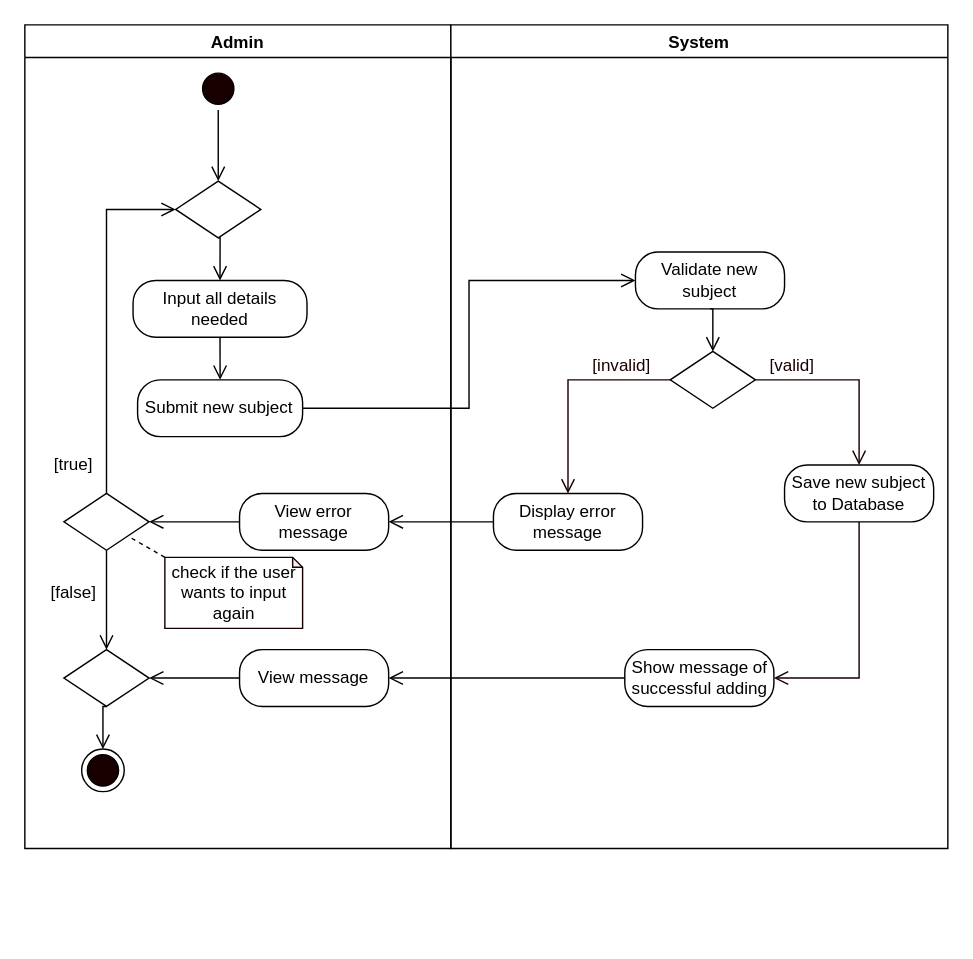
This is page "Add Subject" (1 of 12) of REVISIONS/UML-DIAGRAMS/7-04-2021/ACTIVITY DIAGRAM/ACTIVITY DIAGRAM2.drawio from mrklglsn/CAPSTONE-FILES, a draw.io file, before an edit. Source tidied: cells renumbered, new cells numbered last; positions are measured from the earlier drawing's top-left corner, leaving out a move shared by most shapes. Both pictures are drawn from the tidied source at 142%, with x=0, y=0 at pixel (24, 24).
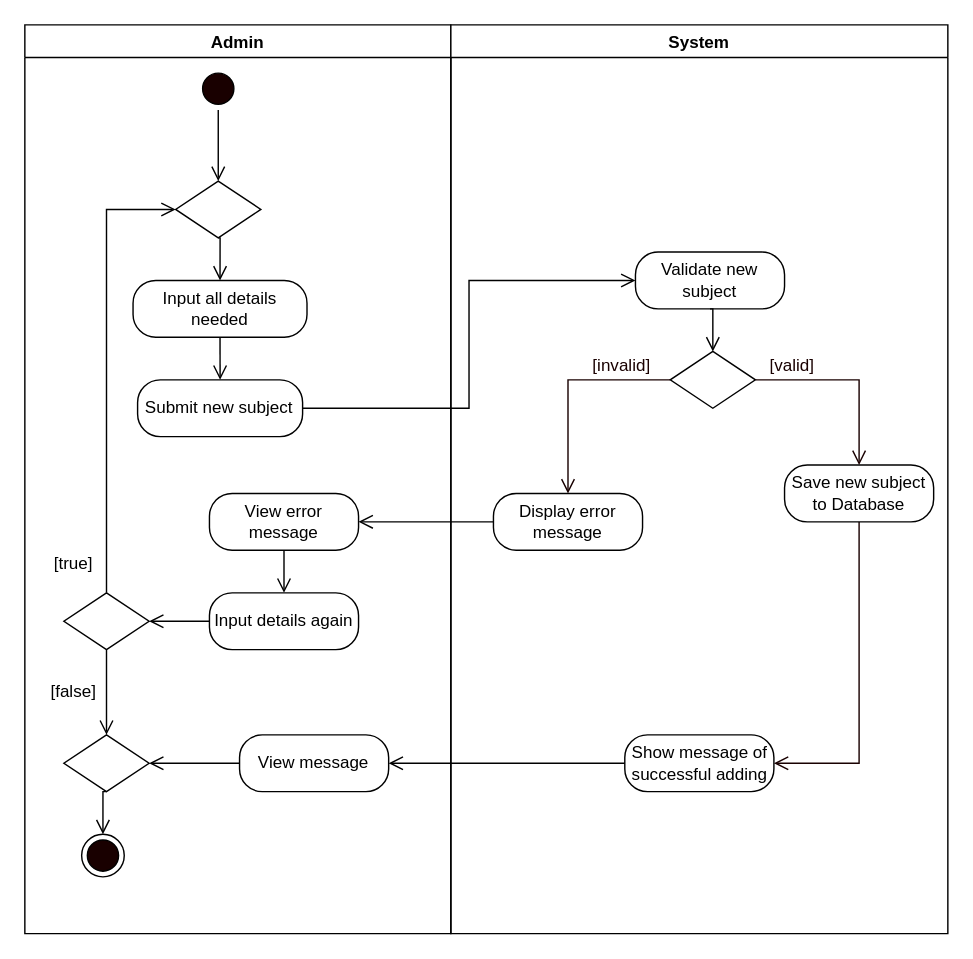
The same diagram, later.

The edit, as a diff of the source:
```diff
@@
     <mxCell id="2" value="Admin" style="swimlane;startSize=23;" parent="1" vertex="1">
-      <mxGeometry width="300" height="580" as="geometry" />
+      <mxGeometry width="300" height="640" as="geometry" />
     </mxCell>
@@
     <mxCell id="12" style="rhombus;whiteSpace=wrap;html=1;" parent="2" vertex="1">
-      <mxGeometry x="27.5" y="330" width="60" height="40" as="geometry" />
+      <mxGeometry x="27.5" y="400" width="60" height="40" as="geometry" />
     </mxCell>
     <mxCell id="13" value="[true]" style="text;html=1;align=center;verticalAlign=middle;strokeColor=none;" parent="2" vertex="1">
-      <mxGeometry x="14.4" y="300" width="40" height="20" as="geometry" />
+      <mxGeometry x="14.4" y="370" width="40" height="20" as="geometry" />
     </mxCell>
-    <mxCell id="14" style="rounded=0;jettySize=auto;html=1;exitX=0;exitY=0;exitDx=0;exitDy=0;exitPerimeter=0;entryX=1;entryY=1;entryDx=0;entryDy=0;endArrow=none;endFill=0;endSize=8;dashed=1;" parent="2" edge="1" source="15" target="12">
-      <mxGeometry relative="1" as="geometry" />
-    </mxCell>
-    <mxCell id="15" value="check if the user wants to input again" style="shape=note;whiteSpace=wrap;html=1;backgroundOutline=1;darkOpacity=0.05;strokeColor=#190000;size=7;" parent="2" vertex="1">
-      <mxGeometry x="98.6" y="375" width="97" height="50" as="geometry" />
-    </mxCell>
     <mxCell id="16" value="[false]" style="text;html=1;align=center;verticalAlign=middle;strokeColor=none;" parent="2" vertex="1">
-      <mxGeometry x="9.4" y="390" width="50" height="20" as="geometry" />
+      <mxGeometry x="9.4" y="460" width="50" height="20" as="geometry" />
     </mxCell>
     <mxCell id="17" style="ellipse;html=1;shape=endState;fillColor=#190000;" parent="2" vertex="1">
-      <mxGeometry x="40" y="510" width="30" height="30" as="geometry" />
+      <mxGeometry x="40" y="570" width="30" height="30" as="geometry" />
     </mxCell>
-    <mxCell id="18" style="edgeStyle=orthogonalEdgeStyle;rounded=0;jettySize=auto;html=1;exitX=0;exitY=0.5;exitDx=0;exitDy=0;entryX=1;entryY=0.5;entryDx=0;entryDy=0;endArrow=open;endFill=0;endSize=8;" parent="2" edge="1" source="19" target="12">
-      <mxGeometry relative="1" as="geometry">
-        <Array as="points">
-          <mxPoint x="130" y="350" />
-          <mxPoint x="130" y="350" />
-        </Array>
-      </mxGeometry>
-    </mxCell>
+    <mxCell id="39" style="edgeStyle=orthogonalEdgeStyle;rounded=0;jettySize=auto;html=1;exitX=0.5;exitY=1;exitDx=0;exitDy=0;entryX=0.5;entryY=0;entryDx=0;entryDy=0;endArrow=open;endFill=0;endSize=8;" parent="2" edge="1" source="19" target="41">
+      <mxGeometry relative="1" as="geometry" />
+    </mxCell>
     <mxCell id="19" value="View error message" style="rounded=1;whiteSpace=wrap;html=1;arcSize=40;" parent="2" vertex="1">
-      <mxGeometry x="151.2" y="330" width="105" height="40" as="geometry" />
+      <mxGeometry x="130" y="330" width="105" height="40" as="geometry" />
     </mxCell>
@@
     <mxCell id="21" style="rhombus;whiteSpace=wrap;html=1;" parent="2" vertex="1">
-      <mxGeometry x="27.5" y="440" width="60" height="40" as="geometry" />
+      <mxGeometry x="27.5" y="500" width="60" height="40" as="geometry" />
     </mxCell>
@@
     <mxCell id="23" value="View message" style="rounded=1;whiteSpace=wrap;html=1;arcSize=40;" parent="2" vertex="1">
-      <mxGeometry x="151.2" y="440" width="105" height="40" as="geometry" />
+      <mxGeometry x="151.2" y="500" width="105" height="40" as="geometry" />
     </mxCell>
+    <mxCell id="40" style="edgeStyle=orthogonalEdgeStyle;rounded=0;jettySize=auto;html=1;exitX=0;exitY=0.5;exitDx=0;exitDy=0;entryX=1;entryY=0.5;entryDx=0;entryDy=0;endArrow=open;endFill=0;endSize=8;" parent="2" edge="1" source="41" target="12">
+      <mxGeometry relative="1" as="geometry" />
+    </mxCell>
+    <mxCell id="41" value="Input details again" style="rounded=1;whiteSpace=wrap;html=1;arcSize=40;" parent="2" vertex="1">
+      <mxGeometry x="130" y="400" width="105" height="40" as="geometry" />
+    </mxCell>
     <mxCell id="24" value="System" style="swimlane;" parent="1" vertex="1">
-      <mxGeometry x="300" width="350" height="580" as="geometry" />
+      <mxGeometry x="300" width="350" height="640" as="geometry" />
     </mxCell>
@@
     <mxCell id="35" value="Show message of successful adding" style="rounded=1;whiteSpace=wrap;html=1;arcSize=40;" parent="24" vertex="1">
-      <mxGeometry x="122.5" y="440" width="105" height="40" as="geometry" />
+      <mxGeometry x="122.5" y="500" width="105" height="40" as="geometry" />
     </mxCell>
```
